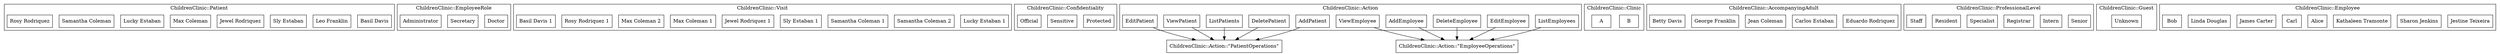
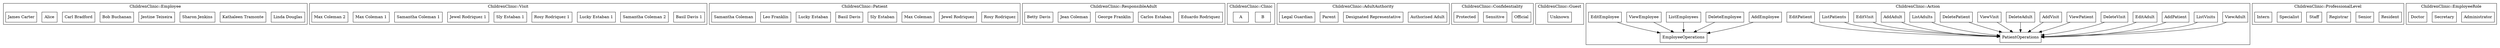
strict digraph {
	ordering="out"
	node[shape=box]
- 	subgraph "cluster_ChildrenClinic::Patient" {
- 		label="ChildrenClinic::Patient"
- 		"ChildrenClinic::Patient::\"Basil Davis\"" [label="Basil Davis"]
- 		"ChildrenClinic::Patient::\"Leo Franklin\"" [label="Leo Franklin"]
- 		"ChildrenClinic::Patient::\"Sly Estaban\"" [label="Sly Estaban"]
- 		"ChildrenClinic::Patient::\"Jewel Rodriquez\"" [label="Jewel Rodriquez"]
- 		"ChildrenClinic::Patient::\"Max Coleman\"" [label="Max Coleman"]
- 		"ChildrenClinic::Patient::\"Lucky Estaban\"" [label="Lucky Estaban"]
- 		"ChildrenClinic::Patient::\"Samantha Coleman\"" [label="Samantha Coleman"]
- 		"ChildrenClinic::Patient::\"Rosy Rodriquez\"" [label="Rosy Rodriquez"]
- 	}
- 	subgraph "cluster_ChildrenClinic::EmployeeRole" {
- 		label="ChildrenClinic::EmployeeRole"
- 		"ChildrenClinic::EmployeeRole::\"Doctor\"" [label="Doctor"]
- 		"ChildrenClinic::EmployeeRole::\"Secretary\"" [label="Secretary"]
- 		"ChildrenClinic::EmployeeRole::\"Administrator\"" [label="Administrator"]
+ 	subgraph "cluster_ChildrenClinic::Employee" {
+ 		label="ChildrenClinic::Employee"
+ 		"ChildrenClinic::Employee::\"Linda Douglas\"" [label="Linda Douglas"]
+ 		"ChildrenClinic::Employee::\"Kathaleen Tramonte\"" [label="Kathaleen Tramonte"]
+ 		"ChildrenClinic::Employee::\"Sharon Jenkins\"" [label="Sharon Jenkins"]
+ 		"ChildrenClinic::Employee::\"Jestine Teixeira\"" [label="Jestine Teixeira"]
+ 		"ChildrenClinic::Employee::\"Bob Buchanan\"" [label="Bob Buchanan"]
+ 		"ChildrenClinic::Employee::\"Carl Bradford\"" [label="Carl Bradford"]
+ 		"ChildrenClinic::Employee::\"Alice\"" [label="Alice"]
+ 		"ChildrenClinic::Employee::\"James Carter\"" [label="James Carter"]
	}
	subgraph "cluster_ChildrenClinic::Visit" {
		label="ChildrenClinic::Visit"
+ 		"ChildrenClinic::Visit::\"Basil Davis 1\"" [label="Basil Davis 1"]
+ 		"ChildrenClinic::Visit::\"Samantha Coleman 2\"" [label="Samantha Coleman 2"]
		"ChildrenClinic::Visit::\"Lucky Estaban 1\"" [label="Lucky Estaban 1"]
- 		"ChildrenClinic::Visit::\"Samantha Coleman 2\"" [label="Samantha Coleman 2"]
- 		"ChildrenClinic::Visit::\"Samantha Coleman 1\"" [label="Samantha Coleman 1"]
+ 		"ChildrenClinic::Visit::\"Rosy Rodriquez 1\"" [label="Rosy Rodriquez 1"]
		"ChildrenClinic::Visit::\"Sly Estaban 1\"" [label="Sly Estaban 1"]
		"ChildrenClinic::Visit::\"Jewel Rodriquez 1\"" [label="Jewel Rodriquez 1"]
+ 		"ChildrenClinic::Visit::\"Samantha Coleman 1\"" [label="Samantha Coleman 1"]
		"ChildrenClinic::Visit::\"Max Coleman 1\"" [label="Max Coleman 1"]
		"ChildrenClinic::Visit::\"Max Coleman 2\"" [label="Max Coleman 2"]
- 		"ChildrenClinic::Visit::\"Rosy Rodriquez 1\"" [label="Rosy Rodriquez 1"]
- 		"ChildrenClinic::Visit::\"Basil Davis 1\"" [label="Basil Davis 1"]
	}
- 	subgraph "cluster_ChildrenClinic::Confidentiality" {
- 		label="ChildrenClinic::Confidentiality"
- 		"ChildrenClinic::Confidentiality::\"Protected\"" [label="Protected"]
- 		"ChildrenClinic::Confidentiality::\"Sensitive\"" [label="Sensitive"]
- 		"ChildrenClinic::Confidentiality::\"Official\"" [label="Official"]
+ 	subgraph "cluster_ChildrenClinic::Patient" {
+ 		label="ChildrenClinic::Patient"
+ 		"ChildrenClinic::Patient::\"Rosy Rodriquez\"" [label="Rosy Rodriquez"]
+ 		"ChildrenClinic::Patient::\"Jewel Rodriquez\"" [label="Jewel Rodriquez"]
+ 		"ChildrenClinic::Patient::\"Max Coleman\"" [label="Max Coleman"]
+ 		"ChildrenClinic::Patient::\"Sly Estaban\"" [label="Sly Estaban"]
+ 		"ChildrenClinic::Patient::\"Basil Davis\"" [label="Basil Davis"]
+ 		"ChildrenClinic::Patient::\"Lucky Estaban\"" [label="Lucky Estaban"]
+ 		"ChildrenClinic::Patient::\"Leo Franklin\"" [label="Leo Franklin"]
+ 		"ChildrenClinic::Patient::\"Samantha Coleman\"" [label="Samantha Coleman"]
	}
- 	subgraph "cluster_ChildrenClinic::Action" {
- 		label="ChildrenClinic::Action"
- 		"ChildrenClinic::Action::\"AddPatient\"" [label="AddPatient"]
- 		"ChildrenClinic::Action::\"ListEmployees\"" [label="ListEmployees"]
- 		"ChildrenClinic::Action::\"ListPatients\"" [label="ListPatients"]
- 		"ChildrenClinic::Action::\"EditEmployee\"" [label="EditEmployee"]
- 		"ChildrenClinic::Action::\"EditPatient\"" [label="EditPatient"]
- 		"ChildrenClinic::Action::\"DeleteEmployee\"" [label="DeleteEmployee"]
- 		"ChildrenClinic::Action::\"AddEmployee\"" [label="AddEmployee"]
- 		"ChildrenClinic::Action::\"DeletePatient\"" [label="DeletePatient"]
- 		"ChildrenClinic::Action::\"ViewEmployee\"" [label="ViewEmployee"]
- 		"ChildrenClinic::Action::\"ViewPatient\"" [label="ViewPatient"]
+ 	subgraph "cluster_ChildrenClinic::ResponsibleAdult" {
+ 		label="ChildrenClinic::ResponsibleAdult"
+ 		"ChildrenClinic::ResponsibleAdult::\"Eduardo Rodriquez\"" [label="Eduardo Rodriquez"]
+ 		"ChildrenClinic::ResponsibleAdult::\"Carlos Estaban\"" [label="Carlos Estaban"]
+ 		"ChildrenClinic::ResponsibleAdult::\"George Franklin\"" [label="George Franklin"]
+ 		"ChildrenClinic::ResponsibleAdult::\"Jean Coleman\"" [label="Jean Coleman"]
+ 		"ChildrenClinic::ResponsibleAdult::\"Betty Davis\"" [label="Betty Davis"]
	}
	subgraph "cluster_ChildrenClinic::Clinic" {
		label="ChildrenClinic::Clinic"
		"ChildrenClinic::Clinic::\"B\"" [label="B"]
		"ChildrenClinic::Clinic::\"A\"" [label="A"]
	}
- 	subgraph "cluster_ChildrenClinic::AccompanyingAdult" {
- 		label="ChildrenClinic::AccompanyingAdult"
- 		"ChildrenClinic::AccompanyingAdult::\"Eduardo Rodriquez\"" [label="Eduardo Rodriquez"]
- 		"ChildrenClinic::AccompanyingAdult::\"Carlos Estaban\"" [label="Carlos Estaban"]
- 		"ChildrenClinic::AccompanyingAdult::\"Jean Coleman\"" [label="Jean Coleman"]
- 		"ChildrenClinic::AccompanyingAdult::\"George Franklin\"" [label="George Franklin"]
- 		"ChildrenClinic::AccompanyingAdult::\"Betty Davis\"" [label="Betty Davis"]
+ 	subgraph "cluster_ChildrenClinic::AdultAuthority" {
+ 		label="ChildrenClinic::AdultAuthority"
+ 		"ChildrenClinic::AdultAuthority::\"Authorised Adult\"" [label="Authorised Adult"]
+ 		"ChildrenClinic::AdultAuthority::\"Designated Representative\"" [label="Designated Representative"]
+ 		"ChildrenClinic::AdultAuthority::\"Parent\"" [label="Parent"]
+ 		"ChildrenClinic::AdultAuthority::\"Legal Guardian\"" [label="Legal Guardian"]
	}
- 	subgraph "cluster_ChildrenClinic::ProfessionalLevel" {
- 		label="ChildrenClinic::ProfessionalLevel"
- 		"ChildrenClinic::ProfessionalLevel::\"Senior\"" [label="Senior"]
- 		"ChildrenClinic::ProfessionalLevel::\"Intern\"" [label="Intern"]
- 		"ChildrenClinic::ProfessionalLevel::\"Registrar\"" [label="Registrar"]
- 		"ChildrenClinic::ProfessionalLevel::\"Specialist\"" [label="Specialist"]
- 		"ChildrenClinic::ProfessionalLevel::\"Resident\"" [label="Resident"]
- 		"ChildrenClinic::ProfessionalLevel::\"Staff\"" [label="Staff"]
+ 	subgraph "cluster_ChildrenClinic::Confidentiality" {
+ 		label="ChildrenClinic::Confidentiality"
+ 		"ChildrenClinic::Confidentiality::\"Official\"" [label="Official"]
+ 		"ChildrenClinic::Confidentiality::\"Sensitive\"" [label="Sensitive"]
+ 		"ChildrenClinic::Confidentiality::\"Protected\"" [label="Protected"]
	}
	subgraph "cluster_ChildrenClinic::Guest" {
		label="ChildrenClinic::Guest"
		"ChildrenClinic::Guest::\"Unknown\"" [label="Unknown"]
	}
- 	subgraph "cluster_ChildrenClinic::Employee" {
- 		label="ChildrenClinic::Employee"
- 		"ChildrenClinic::Employee::\"Jestine Teixeira\"" [label="Jestine Teixeira"]
- 		"ChildrenClinic::Employee::\"Sharon Jenkins\"" [label="Sharon Jenkins"]
- 		"ChildrenClinic::Employee::\"Kathaleen Tramonte\"" [label="Kathaleen Tramonte"]
- 		"ChildrenClinic::Employee::\"Alice\"" [label="Alice"]
- 		"ChildrenClinic::Employee::\"Carl\"" [label="Carl"]
- 		"ChildrenClinic::Employee::\"James Carter\"" [label="James Carter"]
- 		"ChildrenClinic::Employee::\"Linda Douglas\"" [label="Linda Douglas"]
- 		"ChildrenClinic::Employee::\"Bob\"" [label="Bob"]
+ 	subgraph "cluster_ChildrenClinic::Action" {
+ 		label="ChildrenClinic::Action"
+ 		"ChildrenClinic::Action::\"ViewAdult\"" [label="ViewAdult"]
+ 		"ChildrenClinic::Action::\"AddEmployee\"" [label="AddEmployee"]
+ 		"ChildrenClinic::Action::\"ListVisits\"" [label="ListVisits"]
+ 		"ChildrenClinic::Action::\"AddPatient\"" [label="AddPatient"]
+ 		"ChildrenClinic::Action::\"EditAdult\"" [label="EditAdult"]
+ 		"ChildrenClinic::Action::\"DeleteEmployee\"" [label="DeleteEmployee"]
+ 		"ChildrenClinic::Action::\"DeleteVisit\"" [label="DeleteVisit"]
+ 		"ChildrenClinic::Action::\"ViewPatient\"" [label="ViewPatient"]
+ 		"ChildrenClinic::Action::\"AddVisit\"" [label="AddVisit"]
+ 		"ChildrenClinic::Action::\"DeleteAdult\"" [label="DeleteAdult"]
+ 		"ChildrenClinic::Action::\"ViewVisit\"" [label="ViewVisit"]
+ 		"ChildrenClinic::Action::\"ListEmployees\"" [label="ListEmployees"]
+ 		"ChildrenClinic::Action::\"DeletePatient\"" [label="DeletePatient"]
+ 		"ChildrenClinic::Action::\"ListAdults\"" [label="ListAdults"]
+ 		"ChildrenClinic::Action::\"AddAdult\"" [label="AddAdult"]
+ 		"ChildrenClinic::Action::\"EmployeeOperations\"" [label="EmployeeOperations"]
+ 		"ChildrenClinic::Action::\"EditVisit\"" [label="EditVisit"]
+ 		"ChildrenClinic::Action::\"ListPatients\"" [label="ListPatients"]
+ 		"ChildrenClinic::Action::\"ViewEmployee\"" [label="ViewEmployee"]
+ 		"ChildrenClinic::Action::\"PatientOperations\"" [label="PatientOperations"]
+ 		"ChildrenClinic::Action::\"EditPatient\"" [label="EditPatient"]
+ 		"ChildrenClinic::Action::\"EditEmployee\"" [label="EditEmployee"]
	}
+ 	subgraph "cluster_ChildrenClinic::ProfessionalLevel" {
+ 		label="ChildrenClinic::ProfessionalLevel"
+ 		"ChildrenClinic::ProfessionalLevel::\"Resident\"" [label="Resident"]
+ 		"ChildrenClinic::ProfessionalLevel::\"Senior\"" [label="Senior"]
+ 		"ChildrenClinic::ProfessionalLevel::\"Registrar\"" [label="Registrar"]
+ 		"ChildrenClinic::ProfessionalLevel::\"Staff\"" [label="Staff"]
+ 		"ChildrenClinic::ProfessionalLevel::\"Specialist\"" [label="Specialist"]
+ 		"ChildrenClinic::ProfessionalLevel::\"Intern\"" [label="Intern"]
+ 	}
+ 	subgraph "cluster_ChildrenClinic::EmployeeRole" {
+ 		label="ChildrenClinic::EmployeeRole"
+ 		"ChildrenClinic::EmployeeRole::\"Administrator\"" [label="Administrator"]
+ 		"ChildrenClinic::EmployeeRole::\"Secretary\"" [label="Secretary"]
+ 		"ChildrenClinic::EmployeeRole::\"Doctor\"" [label="Doctor"]
+ 	}
+ 	"ChildrenClinic::Action::\"ViewAdult\"" -> "ChildrenClinic::Action::\"PatientOperations\""
+ 	"ChildrenClinic::Action::\"AddEmployee\"" -> "ChildrenClinic::Action::\"EmployeeOperations\""
+ 	"ChildrenClinic::Action::\"ListVisits\"" -> "ChildrenClinic::Action::\"PatientOperations\""
	"ChildrenClinic::Action::\"AddPatient\"" -> "ChildrenClinic::Action::\"PatientOperations\""
+ 	"ChildrenClinic::Action::\"EditAdult\"" -> "ChildrenClinic::Action::\"PatientOperations\""
+ 	"ChildrenClinic::Action::\"DeleteEmployee\"" -> "ChildrenClinic::Action::\"EmployeeOperations\""
+ 	"ChildrenClinic::Action::\"DeleteVisit\"" -> "ChildrenClinic::Action::\"PatientOperations\""
+ 	"ChildrenClinic::Action::\"ViewPatient\"" -> "ChildrenClinic::Action::\"PatientOperations\""
+ 	"ChildrenClinic::Action::\"AddVisit\"" -> "ChildrenClinic::Action::\"PatientOperations\""
+ 	"ChildrenClinic::Action::\"DeleteAdult\"" -> "ChildrenClinic::Action::\"PatientOperations\""
+ 	"ChildrenClinic::Action::\"ViewVisit\"" -> "ChildrenClinic::Action::\"PatientOperations\""
	"ChildrenClinic::Action::\"ListEmployees\"" -> "ChildrenClinic::Action::\"EmployeeOperations\""
+ 	"ChildrenClinic::Action::\"DeletePatient\"" -> "ChildrenClinic::Action::\"PatientOperations\""
+ 	"ChildrenClinic::Action::\"ListAdults\"" -> "ChildrenClinic::Action::\"PatientOperations\""
+ 	"ChildrenClinic::Action::\"AddAdult\"" -> "ChildrenClinic::Action::\"PatientOperations\""
+ 	"ChildrenClinic::Action::\"EditVisit\"" -> "ChildrenClinic::Action::\"PatientOperations\""
	"ChildrenClinic::Action::\"ListPatients\"" -> "ChildrenClinic::Action::\"PatientOperations\""
+ 	"ChildrenClinic::Action::\"ViewEmployee\"" -> "ChildrenClinic::Action::\"EmployeeOperations\""
+ 	"ChildrenClinic::Action::\"EditPatient\"" -> "ChildrenClinic::Action::\"PatientOperations\""
	"ChildrenClinic::Action::\"EditEmployee\"" -> "ChildrenClinic::Action::\"EmployeeOperations\""
- 	"ChildrenClinic::Action::\"EditPatient\"" -> "ChildrenClinic::Action::\"PatientOperations\""
- 	"ChildrenClinic::Action::\"DeleteEmployee\"" -> "ChildrenClinic::Action::\"EmployeeOperations\""
- 	"ChildrenClinic::Action::\"AddEmployee\"" -> "ChildrenClinic::Action::\"EmployeeOperations\""
- 	"ChildrenClinic::Action::\"DeletePatient\"" -> "ChildrenClinic::Action::\"PatientOperations\""
- 	"ChildrenClinic::Action::\"ViewEmployee\"" -> "ChildrenClinic::Action::\"EmployeeOperations\""
- 	"ChildrenClinic::Action::\"ViewPatient\"" -> "ChildrenClinic::Action::\"PatientOperations\""
}

